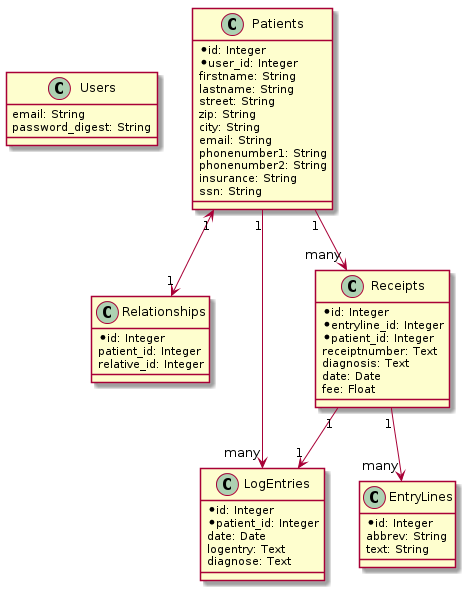
tosmi/sippma keeps this PlantUML diagram as doc/sippma_er.png. Above is the earlier version.
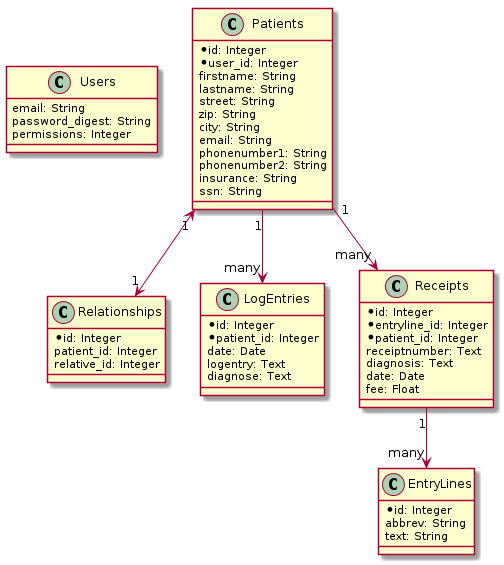
The same diagram one commit later.

Change to the diagram source:
```diff
@@ -2,6 +2,7 @@
 class Users {
       email: String
       password_digest: String
+      permissions: Integer
 }
 
 class Patients {
@@ -52,7 +53,6 @@
 Patients "1" <--> "1" Relationships
 Patients "1" --> "many" LogEntries
 Patients "1" --> "many" Receipts
-Receipts "1" --> "1" LogEntries
 Receipts "1" --> "many" EntryLines
 
 @enduml
```
